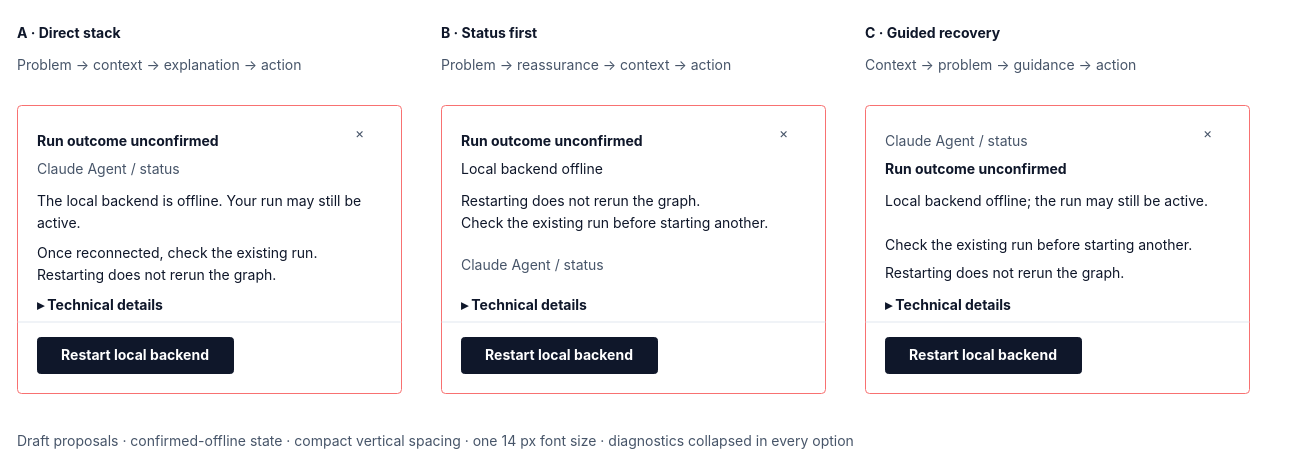
Earlier version of the draw.io diagram page "Three compact alternatives" (1 of 5) of projects/laomedo/subsystems/agent-execution/design/local-runner-recovery.drawio (amadou-6e/specs). Source tidied: cells renumbered, new cells numbered last; positions are measured from the earlier drawing's top-left corner, leaving out a move shared by most shapes. Both pictures are drawn from the tidied source at 100%, with x=0, y=0 at pixel (17, 17).
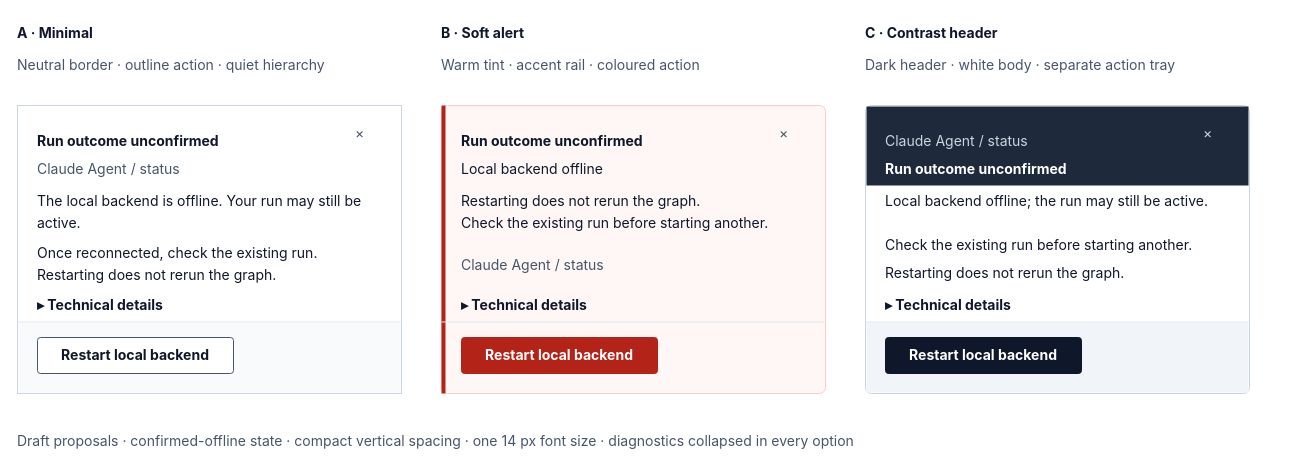
Above is the later version.

Commit message (it also covers changes not shown here):
Differentiate recovery alternatives with distinct visual styles

What changed in the source:
```diff
@@
-    <mxCell id="2" value="&lt;div style=&quot;line-height:22px;&quot;&gt;A · Direct stack&lt;/div&gt;" style="fontFamily=Inter,Arial,sans-serif;fontSize=14;whiteSpace=wrap;html=1;text;strokeColor=none;fillColor=none;align=left;verticalAlign=top;spacing=0;fontColor=#0F172A;fontStyle=1;" parent="1" vertex="1">
+    <mxCell id="2" value="&lt;div style=&quot;line-height:22px;&quot;&gt;A · Minimal&lt;/div&gt;" style="fontFamily=Inter,Arial,sans-serif;fontSize=14;whiteSpace=wrap;html=1;text;strokeColor=none;fillColor=none;align=left;verticalAlign=top;spacing=0;fontColor=#0F172A;fontStyle=1;" parent="1" vertex="1">
       <mxGeometry width="384" height="24" as="geometry" />
     </mxCell>
-    <mxCell id="3" value="&lt;div style=&quot;line-height:22px;&quot;&gt;Problem → context → explanation → action&lt;/div&gt;" style="fontFamily=Inter,Arial,sans-serif;fontSize=14;whiteSpace=wrap;html=1;text;strokeColor=none;fillColor=none;align=left;verticalAlign=top;spacing=0;fontColor=#475569;fontStyle=0;" parent="1" vertex="1">
+    <mxCell id="3" value="&lt;div style=&quot;line-height:22px;&quot;&gt;Neutral border · outline action · quiet hierarchy&lt;/div&gt;" style="fontFamily=Inter,Arial,sans-serif;fontSize=14;whiteSpace=wrap;html=1;text;strokeColor=none;fillColor=none;align=left;verticalAlign=top;spacing=0;fontColor=#475569;fontStyle=0;" parent="1" vertex="1">
       <mxGeometry y="32" width="384" height="44" as="geometry" />
     </mxCell>
-    <mxCell id="4" style="fontFamily=Inter,Arial,sans-serif;fontSize=14;whiteSpace=wrap;html=1;rounded=1;arcSize=8;absoluteArcSize=1;fillColor=#FFFFFF;strokeColor=#F87171;" parent="1" vertex="1">
+    <mxCell id="4" style="fontFamily=Inter,Arial,sans-serif;fontSize=14;whiteSpace=wrap;html=1;rounded=0;arcSize=8;absoluteArcSize=1;fillColor=#FFFFFF;strokeColor=#CBD5E1;" parent="1" vertex="1">
       <mxGeometry y="88" width="384" height="288" as="geometry" />
     </mxCell>
+    <mxCell id="37" style="fillColor=#F8FAFC;strokeColor=none;" parent="1" vertex="1">
+      <mxGeometry x="1" y="305" width="382" height="70" as="geometry" />
+    </mxCell>
@@
-    <mxCell id="6" value="&lt;div style=&quot;line-height:22px;&quot;&gt;B · Status first&lt;/div&gt;" style="fontFamily=Inter,Arial,sans-serif;fontSize=14;whiteSpace=wrap;html=1;text;strokeColor=none;fillColor=none;align=left;verticalAlign=top;spacing=0;fontColor=#0F172A;fontStyle=1;" parent="1" vertex="1">
+    <mxCell id="6" value="&lt;div style=&quot;line-height:22px;&quot;&gt;B · Soft alert&lt;/div&gt;" style="fontFamily=Inter,Arial,sans-serif;fontSize=14;whiteSpace=wrap;html=1;text;strokeColor=none;fillColor=none;align=left;verticalAlign=top;spacing=0;fontColor=#0F172A;fontStyle=1;" parent="1" vertex="1">
       <mxGeometry x="424" width="384" height="24" as="geometry" />
     </mxCell>
-    <mxCell id="7" value="&lt;div style=&quot;line-height:22px;&quot;&gt;Problem → reassurance → context → action&lt;/div&gt;" style="fontFamily=Inter,Arial,sans-serif;fontSize=14;whiteSpace=wrap;html=1;text;strokeColor=none;fillColor=none;align=left;verticalAlign=top;spacing=0;fontColor=#475569;fontStyle=0;" parent="1" vertex="1">
+    <mxCell id="7" value="&lt;div style=&quot;line-height:22px;&quot;&gt;Warm tint · accent rail · coloured action&lt;/div&gt;" style="fontFamily=Inter,Arial,sans-serif;fontSize=14;whiteSpace=wrap;html=1;text;strokeColor=none;fillColor=none;align=left;verticalAlign=top;spacing=0;fontColor=#475569;fontStyle=0;" parent="1" vertex="1">
       <mxGeometry x="424" y="32" width="384" height="44" as="geometry" />
     </mxCell>
-    <mxCell id="8" style="fontFamily=Inter,Arial,sans-serif;fontSize=14;whiteSpace=wrap;html=1;rounded=1;arcSize=8;absoluteArcSize=1;fillColor=#FFFFFF;strokeColor=#F87171;" parent="1" vertex="1">
+    <mxCell id="8" style="fontFamily=Inter,Arial,sans-serif;fontSize=14;whiteSpace=wrap;html=1;rounded=1;arcSize=12;absoluteArcSize=1;fillColor=#FFF7F5;strokeColor=#FECACA;" parent="1" vertex="1">
       <mxGeometry x="424" y="88" width="384" height="288" as="geometry" />
     </mxCell>
+    <mxCell id="38" style="fillColor=#B42318;strokeColor=none;" parent="1" vertex="1">
+      <mxGeometry x="424" y="88" width="4" height="288" as="geometry" />
+    </mxCell>
@@
-    <mxCell id="10" value="&lt;div style=&quot;line-height:22px;&quot;&gt;C · Guided recovery&lt;/div&gt;" style="fontFamily=Inter,Arial,sans-serif;fontSize=14;whiteSpace=wrap;html=1;text;strokeColor=none;fillColor=none;align=left;verticalAlign=top;spacing=0;fontColor=#0F172A;fontStyle=1;" parent="1" vertex="1">
+    <mxCell id="10" value="&lt;div style=&quot;line-height:22px;&quot;&gt;C · Contrast header&lt;/div&gt;" style="fontFamily=Inter,Arial,sans-serif;fontSize=14;whiteSpace=wrap;html=1;text;strokeColor=none;fillColor=none;align=left;verticalAlign=top;spacing=0;fontColor=#0F172A;fontStyle=1;" parent="1" vertex="1">
       <mxGeometry x="848" width="384" height="24" as="geometry" />
     </mxCell>
-    <mxCell id="11" value="&lt;div style=&quot;line-height:22px;&quot;&gt;Context → problem → guidance → action&lt;/div&gt;" style="fontFamily=Inter,Arial,sans-serif;fontSize=14;whiteSpace=wrap;html=1;text;strokeColor=none;fillColor=none;align=left;verticalAlign=top;spacing=0;fontColor=#475569;fontStyle=0;" parent="1" vertex="1">
+    <mxCell id="11" value="&lt;div style=&quot;line-height:22px;&quot;&gt;Dark header · white body · separate action tray&lt;/div&gt;" style="fontFamily=Inter,Arial,sans-serif;fontSize=14;whiteSpace=wrap;html=1;text;strokeColor=none;fillColor=none;align=left;verticalAlign=top;spacing=0;fontColor=#475569;fontStyle=0;" parent="1" vertex="1">
       <mxGeometry x="848" y="32" width="384" height="44" as="geometry" />
     </mxCell>
-    <mxCell id="12" style="fontFamily=Inter,Arial,sans-serif;fontSize=14;whiteSpace=wrap;html=1;rounded=1;arcSize=8;absoluteArcSize=1;fillColor=#FFFFFF;strokeColor=#F87171;" parent="1" vertex="1">
+    <mxCell id="12" style="fontFamily=Inter,Arial,sans-serif;fontSize=14;whiteSpace=wrap;html=1;rounded=1;arcSize=12;absoluteArcSize=1;fillColor=#FFFFFF;strokeColor=#CBD5E1;" parent="1" vertex="1">
       <mxGeometry x="848" y="88" width="384" height="288" as="geometry" />
     </mxCell>
+    <mxCell id="39" style="fillColor=#F1F5F9;strokeColor=none;" parent="1" vertex="1">
+      <mxGeometry x="849" y="305" width="382" height="70" as="geometry" />
+    </mxCell>
+    <mxCell id="40" style="fillColor=#1E293B;strokeColor=none;" parent="1" vertex="1">
+      <mxGeometry x="849" y="89" width="382" height="79" as="geometry" />
+    </mxCell>
-    <mxCell id="13" value="&lt;div style=&quot;line-height:22px;&quot;&gt;×&lt;/div&gt;" style="fontFamily=Inter,Arial,sans-serif;fontSize=14;whiteSpace=wrap;html=1;text;strokeColor=none;fillColor=none;align=left;verticalAlign=top;spacing=0;fontColor=#475569;fontStyle=0;" parent="1" vertex="1">
+    <mxCell id="13" value="&lt;div style=&quot;line-height:22px;&quot;&gt;×&lt;/div&gt;" style="fontFamily=Inter,Arial,sans-serif;fontSize=14;whiteSpace=wrap;html=1;text;strokeColor=none;fillColor=none;align=left;verticalAlign=top;spacing=0;fontColor=#CBD5E1;fontStyle=0;" parent="1" vertex="1">
       <mxGeometry x="1186" y="100" width="32" height="32" as="geometry" />
     </mxCell>
@@
-    <mxCell id="17" value="Restart local backend" style="fontFamily=Inter,Arial,sans-serif;fontSize=14;whiteSpace=wrap;html=1;rounded=1;arcSize=6;absoluteArcSize=1;fillColor=#0F172A;strokeColor=#0F172A;fontColor=#FFFFFF;fontStyle=1;align=center;verticalAlign=middle;" parent="1" vertex="1">
+    <mxCell id="17" value="Restart local backend" style="fontFamily=Inter,Arial,sans-serif;fontSize=14;whiteSpace=wrap;html=1;rounded=1;arcSize=6;absoluteArcSize=1;fillColor=#FFFFFF;strokeColor=#475569;fontColor=#0F172A;fontStyle=1;align=center;verticalAlign=middle;" parent="1" vertex="1">
       <mxGeometry x="20" y="320" width="196" height="36" as="geometry" />
     </mxCell>
@@
-    <mxCell id="22" value="Restart local backend" style="fontFamily=Inter,Arial,sans-serif;fontSize=14;whiteSpace=wrap;html=1;rounded=1;arcSize=6;absoluteArcSize=1;fillColor=#0F172A;strokeColor=#0F172A;fontColor=#FFFFFF;fontStyle=1;align=center;verticalAlign=middle;" parent="1" vertex="1">
+    <mxCell id="22" value="Restart local backend" style="fontFamily=Inter,Arial,sans-serif;fontSize=14;whiteSpace=wrap;html=1;rounded=1;arcSize=6;absoluteArcSize=1;fillColor=#B42318;strokeColor=#B42318;fontColor=#FFFFFF;fontStyle=1;align=center;verticalAlign=middle;" parent="1" vertex="1">
       <mxGeometry x="444" y="320" width="196" height="36" as="geometry" />
     </mxCell>
@@
-    <mxCell id="26" value="&lt;div style=&quot;line-height:22px;&quot;&gt;Claude Agent / status&lt;/div&gt;" style="fontFamily=Inter,Arial,sans-serif;fontSize=14;whiteSpace=wrap;html=1;text;strokeColor=none;fillColor=none;align=left;verticalAlign=top;spacing=0;fontColor=#475569;fontStyle=0;" parent="1" vertex="1">
+    <mxCell id="26" value="&lt;div style=&quot;line-height:22px;&quot;&gt;Claude Agent / status&lt;/div&gt;" style="fontFamily=Inter,Arial,sans-serif;fontSize=14;whiteSpace=wrap;html=1;strokeColor=none;fillColor=none;align=left;verticalAlign=top;spacing=0;fontColor=#CBD5E1;fontStyle=0;" parent="1" vertex="1">
       <mxGeometry x="868" y="108" width="300" height="24" as="geometry" />
     </mxCell>
-    <mxCell id="27" value="&lt;div style=&quot;line-height:22px;&quot;&gt;Run outcome unconfirmed&lt;/div&gt;" style="fontFamily=Inter,Arial,sans-serif;fontSize=14;whiteSpace=wrap;html=1;text;strokeColor=none;fillColor=none;align=left;verticalAlign=top;spacing=0;fontColor=#0F172A;fontStyle=1;" parent="1" vertex="1">
+    <mxCell id="27" value="&lt;div style=&quot;line-height:22px;&quot;&gt;Run outcome unconfirmed&lt;/div&gt;" style="fontFamily=Inter,Arial,sans-serif;fontSize=14;whiteSpace=wrap;html=1;strokeColor=none;fillColor=none;align=left;verticalAlign=top;spacing=0;fontColor=#FFFFFF;fontStyle=1;" parent="1" vertex="1">
       <mxGeometry x="868" y="136" width="344" height="24" as="geometry" />
     </mxCell>
```
